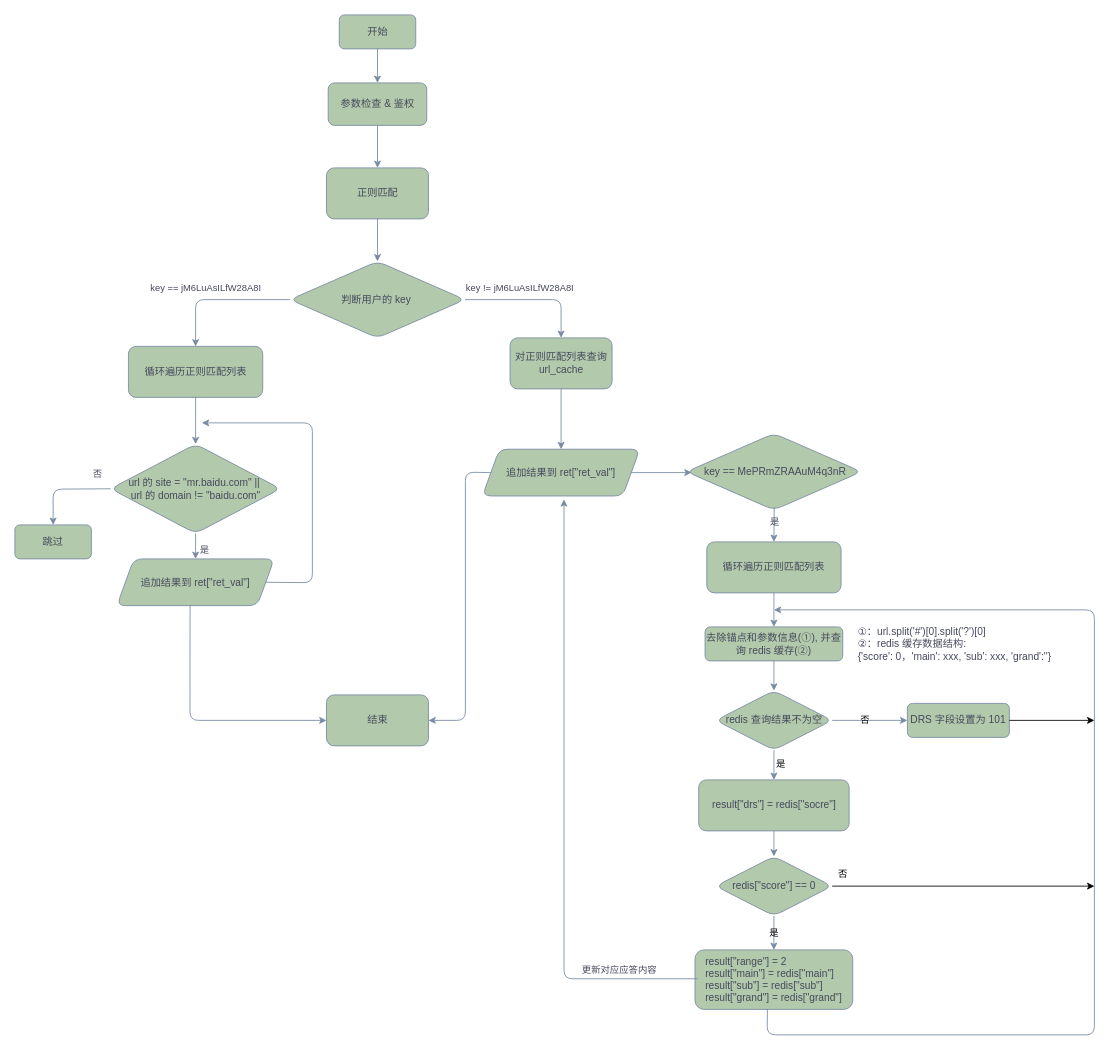
This is ugc.drawio from qixiaohu/flow-process-diagram, a draw.io file, before an edit. Source tidied: cells renumbered, new cells numbered last; positions are measured from the earlier drawing's top-left corner, leaving out a move shared by most shapes. Both pictures are drawn from the tidied source at 85%, with x=0, y=0 at pixel (14, 14).
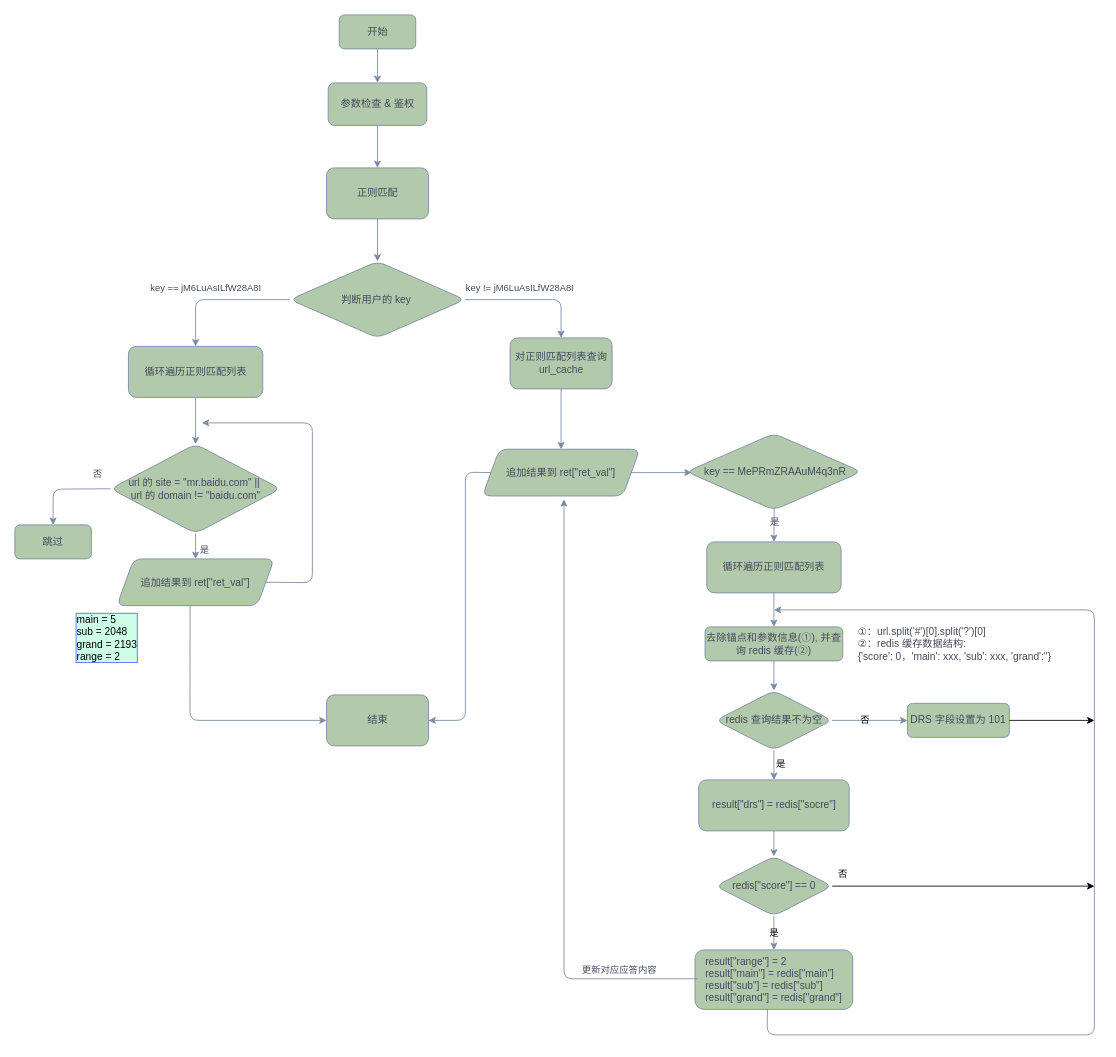
Above is the later version.

Diff of the diagram source:
```diff
@@
+    <mxCell id="54" value="main = 5&lt;div&gt;sub = 2048&lt;/div&gt;&lt;div&gt;grand = 2193&lt;/div&gt;&lt;div&gt;range = 2&lt;/div&gt;" style="text;html=1;align=left;verticalAlign=middle;whiteSpace=wrap;rounded=0;labelBackgroundColor=#CCFFE6;labelBorderColor=#6666FF;" parent="1" vertex="1">
+      <mxGeometry x="70" y="717.5" width="170" height="30" as="geometry" />
+    </mxCell>
```
